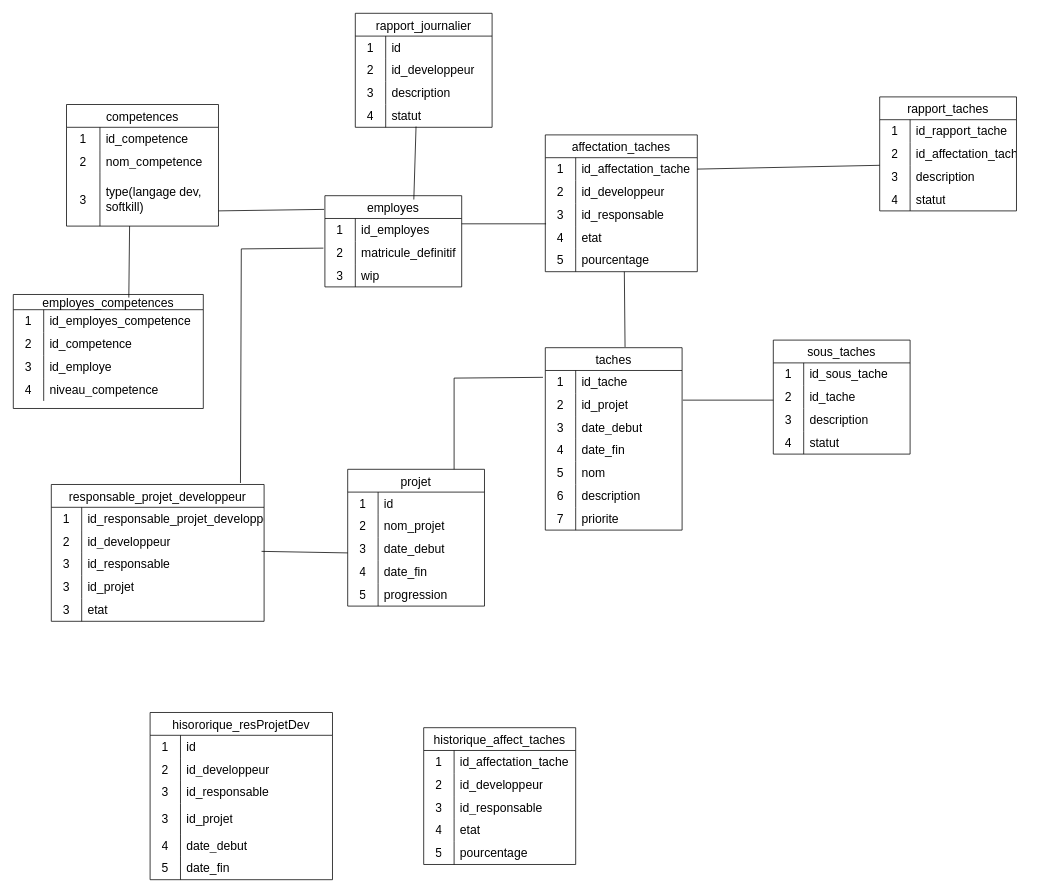
exau2022/Exercice keeps this draw.io diagram as Diagramme sans nom.drawio. Above is the earlier version. Source tidied: cells renumbered, new cells numbered last; positions are measured from the earlier drawing's top-left corner, leaving out a move shared by most shapes. Both pictures are drawn from the tidied source at 76%, with x=0, y=0 at pixel (13, 13).
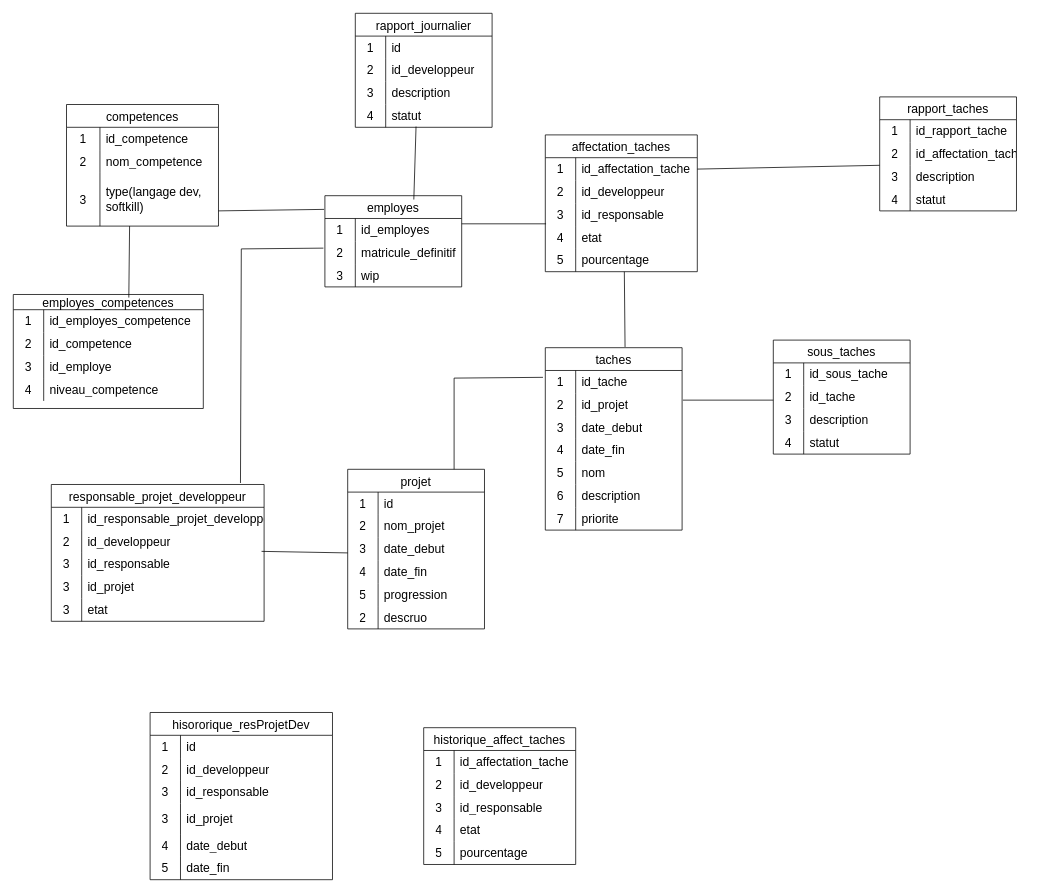
Above is the later version.

Commit message (it also covers changes not shown here):
Mettre à jour Diagramme sans nom.drawio

What changed in the source:
```diff
@@
     <mxCell id="37" value="projet" style="shape=table;startSize=30;childLayout=tableLayout;rowLines=0;fontStyle=0;strokeColor=default;fontSize=16;" parent="1" vertex="1">
-      <mxGeometry x="440" y="600" width="180" height="180" as="geometry" />
+      <mxGeometry x="440" y="600" width="180" height="210" as="geometry" />
     </mxCell>
@@
+    <mxCell id="189" style="shape=tableRow;horizontal=0;startSize=0;swimlaneHead=0;swimlaneBody=0;top=0;left=0;bottom=0;right=0;fillColor=none;strokeColor=inherit;fontSize=16;" parent="37" vertex="1">
+      <mxGeometry y="180" width="180" height="30" as="geometry" />
+    </mxCell>
+    <mxCell id="190" value="2" style="shape=partialRectangle;html=1;whiteSpace=wrap;fillColor=none;top=0;left=0;bottom=0;right=0;overflow=hidden;strokeColor=inherit;fontSize=16;" parent="189" vertex="1">
+      <mxGeometry width="40" height="30" as="geometry" />
+    </mxCell>
+    <mxCell id="191" value="descruo" style="shape=partialRectangle;html=1;whiteSpace=wrap;fillColor=none;top=0;left=0;bottom=0;right=0;align=left;spacingLeft=6;overflow=hidden;strokeColor=inherit;fontSize=16;" parent="189" vertex="1">
+      <mxGeometry x="40" width="140" height="30" as="geometry" />
+    </mxCell>
```
